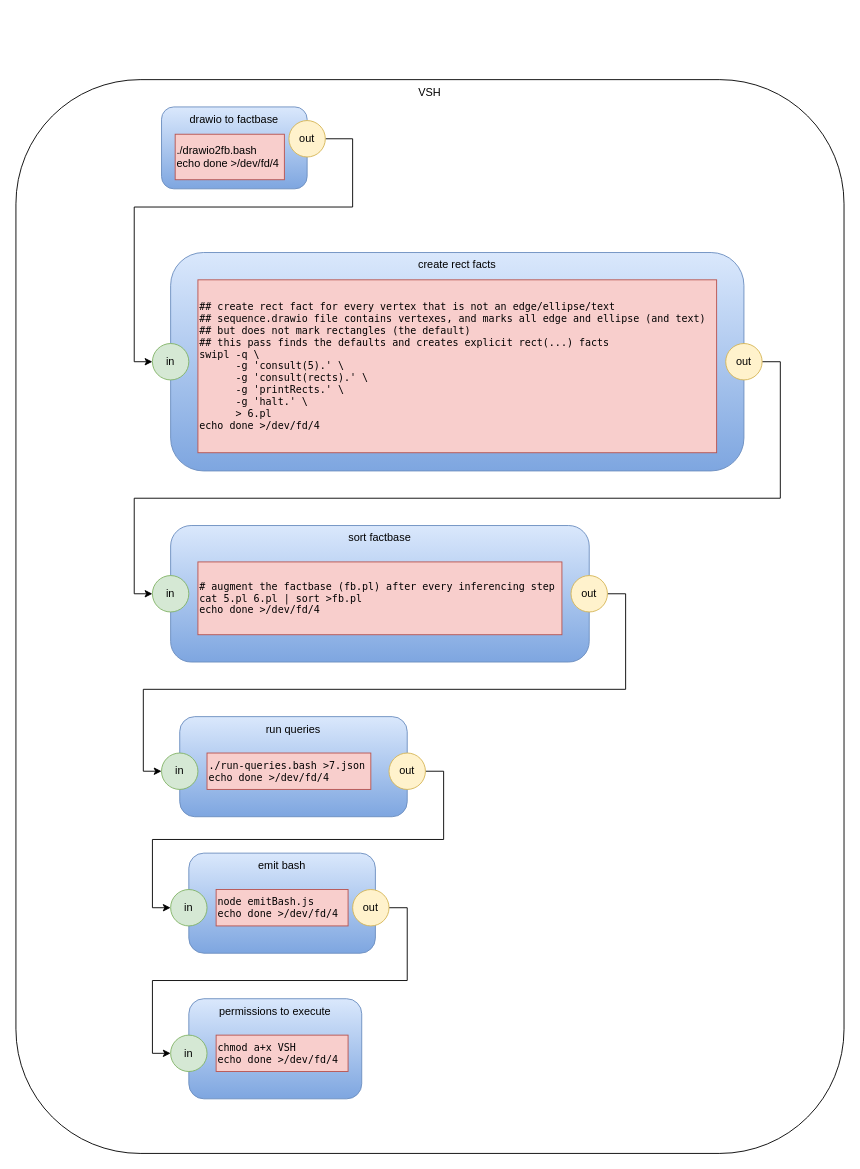
Before: vsh.drawio in guitarvydas/vsh, a draw.io diagram. Source tidied: cells renumbered, new cells numbered last; positions are measured from the earlier drawing's top-left corner, leaving out a move shared by most shapes. Both pictures are drawn from the tidied source at 91%, with x=0, y=0 at pixel (15, 79).
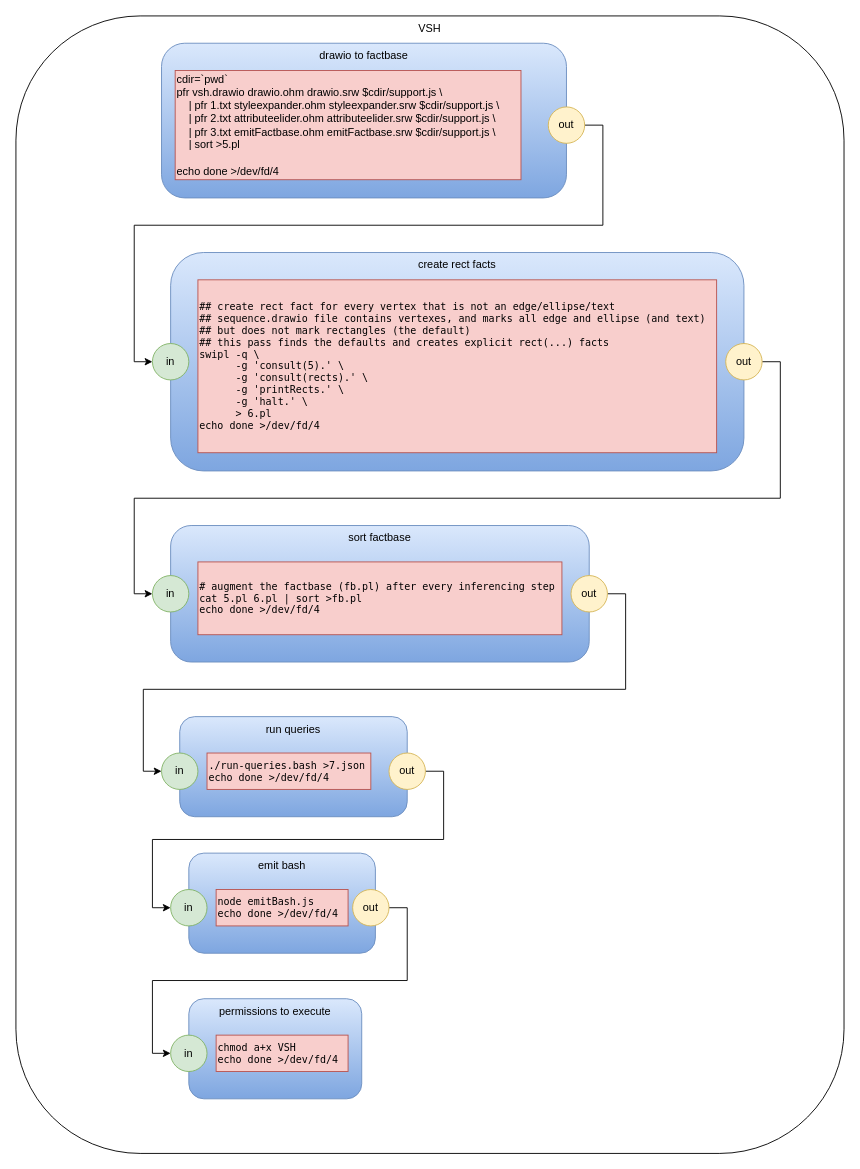
After the change.

The change refers to these unchanged cells:
```xml
<mxCell id="10" value="in" style="ellipse;whiteSpace=wrap;html=1;fillColor=#d5e8d4;strokeColor=#82b366;" parent="1" vertex="1">
  <mxGeometry x="150" y="290" width="40" height="40" as="geometry" />
</mxCell>
```

What changed in the source:
```diff
@@
     <mxCell id="2" value="VSH" style="rounded=1;whiteSpace=wrap;html=1;verticalAlign=top;" parent="1" vertex="1">
-      <mxGeometry width="910" height="1180" as="geometry" />
+      <mxGeometry y="-70" width="910" height="1250" as="geometry" />
     </mxCell>
     <mxCell id="3" value="drawio to factbase" style="rounded=1;whiteSpace=wrap;html=1;gradientColor=#7ea6e0;fillColor=#dae8fc;strokeColor=#6c8ebf;verticalAlign=top;" parent="1" vertex="1">
-      <mxGeometry x="160" y="30" width="160" height="90" as="geometry" />
+      <mxGeometry x="160" y="-40" width="445" height="170" as="geometry" />
     </mxCell>
-    <mxCell id="4" value="./drawio2fb.bash&lt;br&gt;echo done &amp;gt;/dev/fd/4" style="rounded=0;whiteSpace=wrap;html=1;fillColor=#f8cecc;strokeColor=#b85450;align=left;" parent="1" vertex="1">
-      <mxGeometry x="175" y="60" width="120" height="50" as="geometry" />
+    <mxCell id="4" value="&lt;div&gt;cdir=`pwd`&lt;/div&gt;&lt;div&gt;pfr vsh.drawio drawio.ohm drawio.srw $cdir/support.js \&lt;/div&gt;&lt;div&gt;&amp;nbsp; &amp;nbsp; | pfr 1.txt styleexpander.ohm styleexpander.srw $cdir/support.js \&lt;/div&gt;&lt;div&gt;&amp;nbsp; &amp;nbsp; | pfr 2.txt attributeelider.ohm attributeelider.srw $cdir/support.js \&lt;/div&gt;&lt;div&gt;&amp;nbsp; &amp;nbsp; | pfr 3.txt emitFactbase.ohm emitFactbase.srw $cdir/support.js \&lt;/div&gt;&lt;div&gt;&amp;nbsp; &amp;nbsp; | sort &amp;gt;5.pl&lt;/div&gt;&lt;div&gt;&lt;br&gt;&lt;/div&gt;echo done &amp;gt;/dev/fd/4" style="rounded=0;whiteSpace=wrap;html=1;fillColor=#f8cecc;strokeColor=#b85450;align=left;" parent="1" vertex="1">
+      <mxGeometry x="175" y="-10" width="380" height="120" as="geometry" />
     </mxCell>
     <mxCell id="5" style="edgeStyle=orthogonalEdgeStyle;rounded=0;jettySize=auto;html=1;entryX=0;entryY=0.5;entryDx=0;entryDy=0;" parent="1" edge="1" source="6" target="10">
       <mxGeometry relative="1" as="geometry">
         <Array as="points">
-          <mxPoint x="370" y="65" />
-          <mxPoint x="370" y="140" />
-          <mxPoint x="130" y="140" />
+          <mxPoint x="645" y="50" />
+          <mxPoint x="645" y="160" />
+          <mxPoint x="130" y="160" />
           <mxPoint x="130" y="310" />
         </Array>
       </mxGeometry>
     </mxCell>
     <mxCell id="6" value="out" style="ellipse;whiteSpace=wrap;html=1;fillColor=#fff2cc;strokeColor=#d6b656;" parent="1" vertex="1">
-      <mxGeometry x="300" y="45" width="40" height="40" as="geometry" />
+      <mxGeometry x="585" y="30" width="40" height="40" as="geometry" />
     </mxCell>
```
